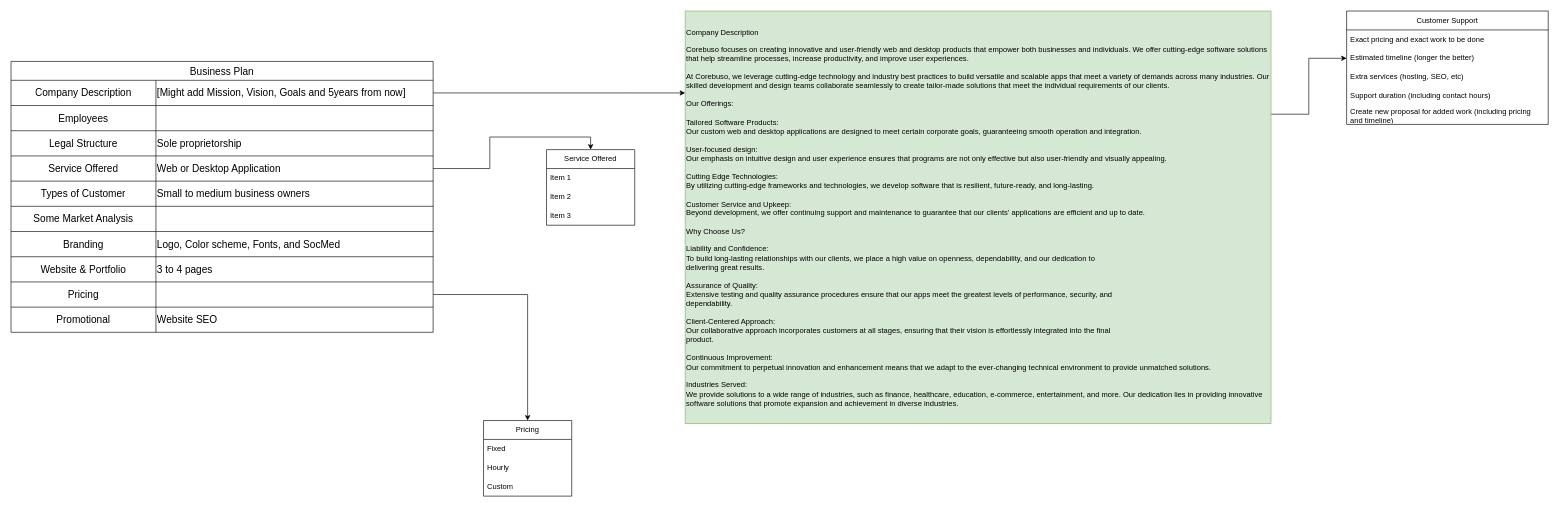
Above: page "Business Plan" (3 of 4) of Project Plan 2024.drawio in onceacurious/project-plan (draw.io), before the change. Source tidied: cells renumbered, new cells numbered last; positions are measured from the earlier drawing's top-left corner, leaving out a move shared by most shapes. Both pictures are drawn from the tidied source at 63%, with x=0, y=0 at pixel (11, 11).
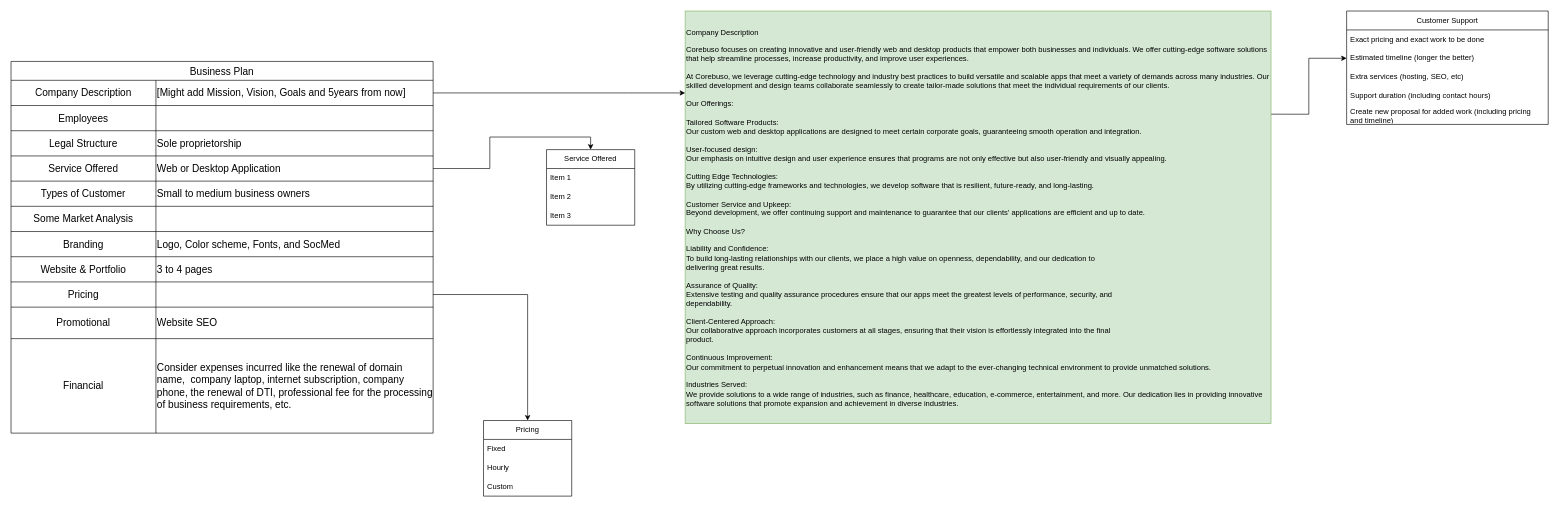
Above is the later version.

What changed in the source:
```diff
@@
     <mxCell id="2" value="Business Plan" style="shape=table;startSize=30;childLayout=tableLayout;strokeColor=default;fontSize=16;" parent="1" vertex="1">
-      <mxGeometry y="80" width="670" height="430" as="geometry" />
+      <mxGeometry y="80" width="670" height="590" as="geometry" />
     </mxCell>
@@
     <mxCell id="30" style="shape=tableRow;horizontal=0;startSize=0;swimlaneHead=0;swimlaneBody=0;strokeColor=inherit;top=0;left=0;bottom=0;right=0;fillColor=none;fontSize=16;" parent="2" vertex="1">
-      <mxGeometry y="390" width="670" height="40" as="geometry" />
+      <mxGeometry y="390" width="670" height="50" as="geometry" />
     </mxCell>
     <mxCell id="31" value="Promotional" style="shape=partialRectangle;html=1;whiteSpace=wrap;strokeColor=inherit;overflow=hidden;fillColor=none;top=0;left=0;bottom=0;right=0;fontSize=16;" parent="30" vertex="1">
-      <mxGeometry width="230" height="40" as="geometry" />
+      <mxGeometry width="230" height="50" as="geometry" />
     </mxCell>
     <mxCell id="32" value="Website SEO" style="shape=partialRectangle;html=1;whiteSpace=wrap;strokeColor=inherit;overflow=hidden;fillColor=none;top=0;left=0;bottom=0;right=0;fontSize=16;align=left;" parent="30" vertex="1">
-      <mxGeometry x="230" width="440" height="40" as="geometry" />
+      <mxGeometry x="230" width="440" height="50" as="geometry" />
     </mxCell>
+    <mxCell id="52" style="shape=tableRow;horizontal=0;startSize=0;swimlaneHead=0;swimlaneBody=0;strokeColor=inherit;top=0;left=0;bottom=0;right=0;fillColor=none;fontSize=16;" parent="2" vertex="1">
+      <mxGeometry y="440" width="670" height="150" as="geometry" />
+    </mxCell>
+    <mxCell id="53" value="Financial" style="shape=partialRectangle;html=1;whiteSpace=wrap;strokeColor=inherit;overflow=hidden;fillColor=none;top=0;left=0;bottom=0;right=0;fontSize=16;" parent="52" vertex="1">
+      <mxGeometry width="230" height="150" as="geometry" />
+    </mxCell>
+    <mxCell id="54" value="Consider expenses incurred like the renewal of domain name,&amp;nbsp; company laptop, internet subscription, company phone, the renewal of DTI, professional fee for the processing of business requirements, etc." style="shape=partialRectangle;html=1;whiteSpace=wrap;strokeColor=inherit;overflow=hidden;fillColor=none;top=0;left=0;bottom=0;right=0;fontSize=16;align=left;" parent="52" vertex="1">
+      <mxGeometry x="230" width="440" height="150" as="geometry" />
+    </mxCell>
```
